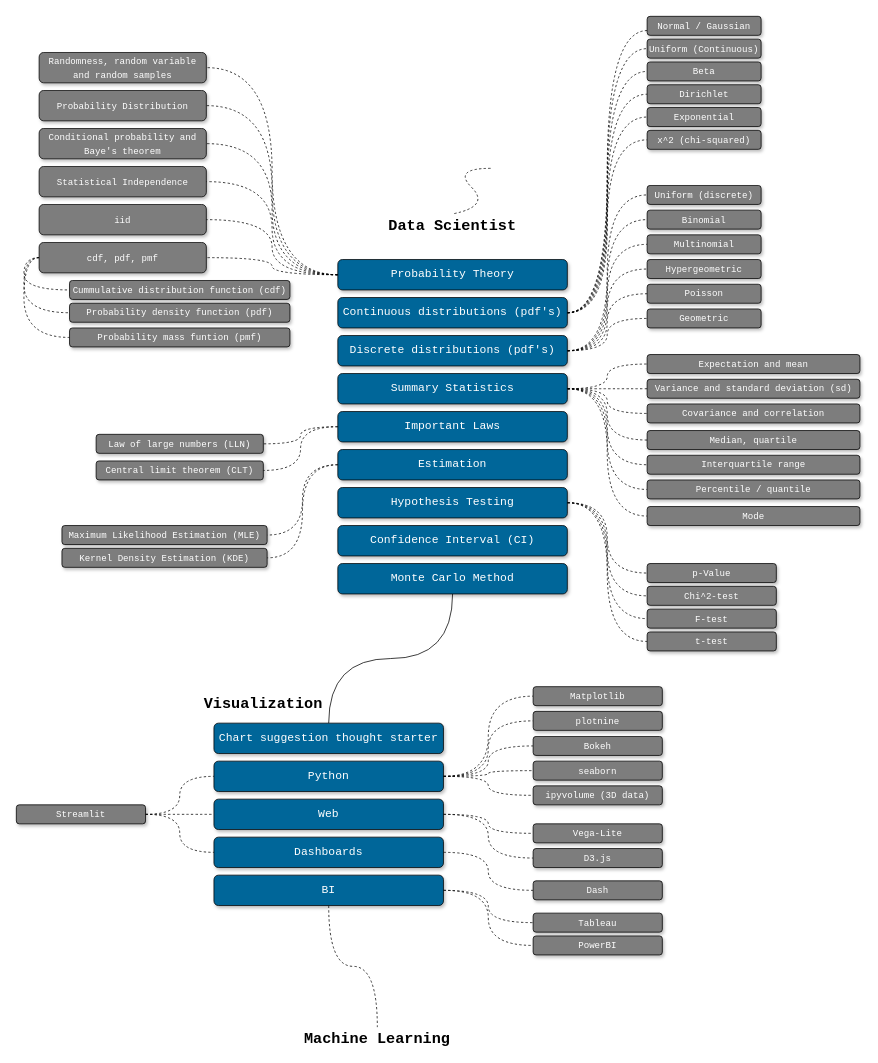
The draw.io diagram docs/__design__/Data_Science.drawio in joshiayush/ai, before the edit. Source tidied: cells renumbered, new cells numbered last; positions are measured from the earlier drawing's top-left corner, leaving out a move shared by most shapes. Both pictures are drawn from the tidied source at 76%, with x=0, y=0 at pixel (16, 16).
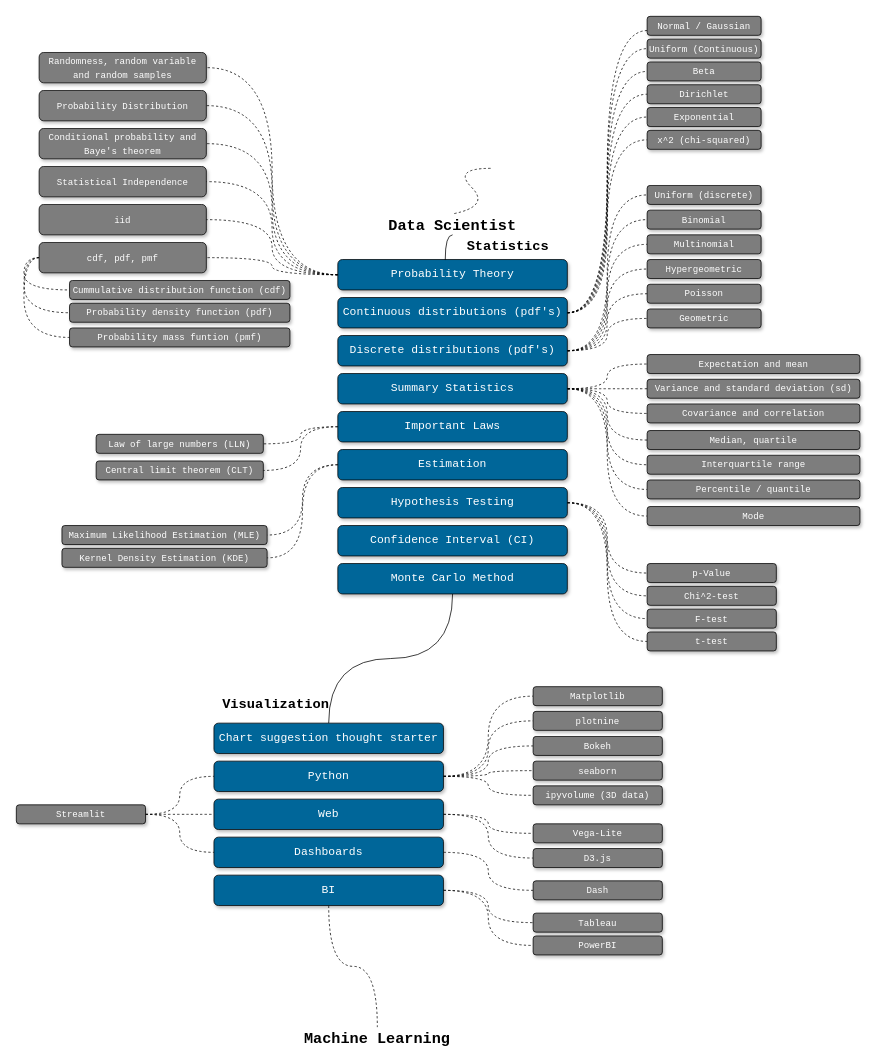
The same diagram, later.

The change refers to these unchanged cells:
```xml
<mxCell id="17" value="Probability Theory" style="rounded=1;whiteSpace=wrap;html=1;fontFamily=Courier New;fontStyle=0;fontSize=15;fillColor=#006699;fontColor=#ffffff;shadow=1;" parent="1" vertex="1">
  <mxGeometry x="423" y="320" width="302" height="40" as="geometry" />
</mxCell>
```

Change to the diagram source:
```diff
@@
-    <mxCell id="102" value="Visualization" style="text;html=1;strokeColor=none;fillColor=none;align=center;verticalAlign=middle;whiteSpace=wrap;rounded=0;fontStyle=1;fontSize=20;fontFamily=Courier New;" parent="1" vertex="1">
-      <mxGeometry x="227" y="890" width="196" height="30" as="geometry" />
+    <mxCell id="102" value="Visualization" style="text;html=1;strokeColor=none;fillColor=none;align=center;verticalAlign=middle;whiteSpace=wrap;rounded=0;fontStyle=1;fontSize=18;fontFamily=Courier New;" parent="1" vertex="1">
+      <mxGeometry x="260" y="890" width="163" height="30" as="geometry" />
     </mxCell>
@@
+    <mxCell id="118" style="edgeStyle=orthogonalEdgeStyle;jettySize=auto;html=1;exitX=0;exitY=0;exitDx=0;exitDy=0;entryX=0.468;entryY=0.018;entryDx=0;entryDy=0;entryPerimeter=0;curved=1;endArrow=none;endFill=0;" parent="1" edge="1" source="119" target="17">
+      <mxGeometry relative="1" as="geometry" />
+    </mxCell>
+    <mxCell id="119" value="Statistics" style="text;html=1;strokeColor=none;fillColor=none;align=center;verticalAlign=middle;whiteSpace=wrap;rounded=0;fontStyle=1;fontSize=18;fontFamily=Courier New;" parent="1" vertex="1">
+      <mxGeometry x="574" y="287.5" width="146" height="30" as="geometry" />
+    </mxCell>
```
